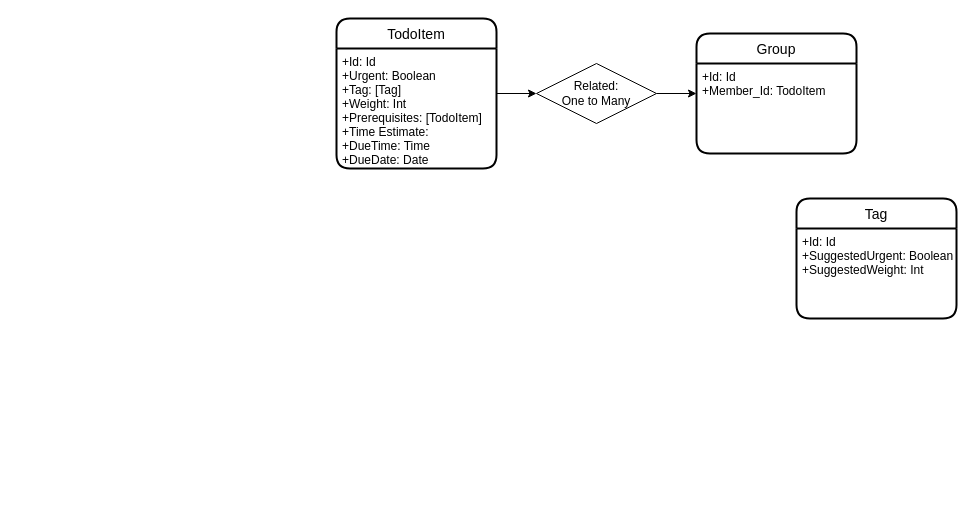
This is page "Database" (1 of 4) of database mockup.drawio from ChristopherCautivar/simple-todo-webapp, a draw.io file, before an edit. Source tidied: cells renumbered, new cells numbered last; positions are measured from the earlier drawing's top-left corner, leaving out a move shared by most shapes. Both pictures are drawn from the tidied source at 100%, with x=0, y=0 at pixel (336, 18).
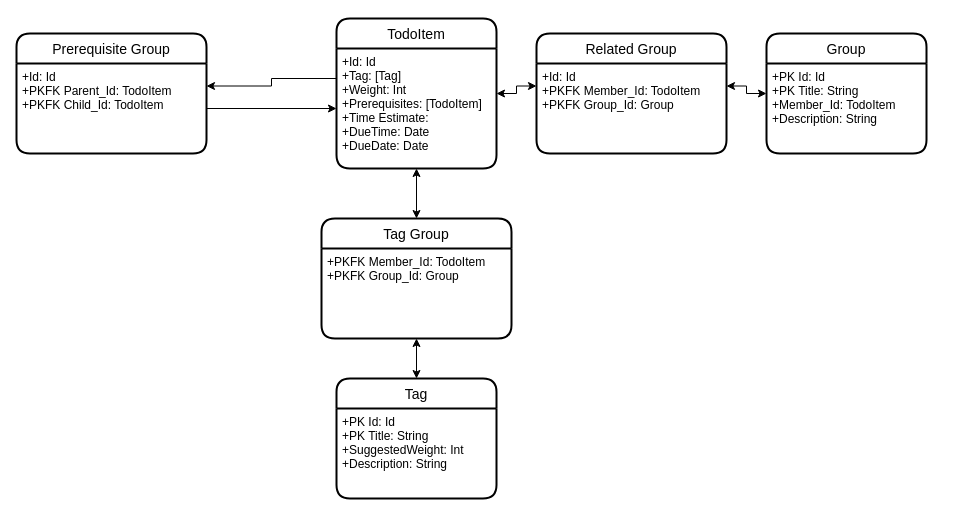
Above is the later version.

The edit, as a diff of the source:
```diff
@@
 <mxGraphModel>
   <root>
     <mxCell id="0" />
     <mxCell id="1" parent="0" />
-    <mxCell id="2" style="edgeStyle=orthogonalEdgeStyle;rounded=0;jettySize=auto;html=1;entryX=0;entryY=0.5;entryDx=0;entryDy=0;" parent="1" edge="1" source="3" target="8">
+    <mxCell id="2" style="edgeStyle=orthogonalEdgeStyle;rounded=0;jettySize=auto;html=1;entryX=0;entryY=0.25;entryDx=0;entryDy=0;startArrow=classic;startFill=1;" parent="1" edge="1" source="3" target="12">
       <mxGeometry relative="1" as="geometry" />
     </mxCell>
     <mxCell id="3" value="TodoItem" style="swimlane;horizontal=1;startSize=30;rounded=1;fontSize=14;fontStyle=0;strokeWidth=2;shadow=0;dashed=0;align=center;" parent="1" vertex="1">
       <mxGeometry width="160" height="150" as="geometry" />
     </mxCell>
-    <mxCell id="4" value="+Id: Id&#10;+Urgent: Boolean&#10;+Tag: [Tag]&#10;+Weight: Int&#10;+Prerequisites: [TodoItem]&#10;+Time Estimate:&#10;+DueTime: Time&#10;+DueDate: Date" style="align=left;strokeColor=none;fillColor=none;spacingLeft=4;fontSize=12;verticalAlign=top;" parent="3" vertex="1">
+    <mxCell id="4" value="+Id: Id&#10;+Tag: [Tag]&#10;+Weight: Int&#10;+Prerequisites: [TodoItem]&#10;+Time Estimate:&#10;+DueTime: Date&#10;+DueDate: Date" style="align=left;strokeColor=none;fillColor=none;spacingLeft=4;fontSize=12;verticalAlign=top;" parent="3" vertex="1">
       <mxGeometry y="30" width="160" height="120" as="geometry" />
     </mxCell>
     <mxCell id="5" value="Tag" style="swimlane;horizontal=1;startSize=30;rounded=1;fontSize=14;fontStyle=0;strokeWidth=2;shadow=0;dashed=0;align=center;" parent="1" vertex="1">
-      <mxGeometry x="460" y="180" width="160" height="120" as="geometry" />
+      <mxGeometry y="360" width="160" height="120" as="geometry" />
     </mxCell>
-    <mxCell id="6" value="+Id: Id&#10;+SuggestedUrgent: Boolean&#10;+SuggestedWeight: Int" style="align=left;strokeColor=none;fillColor=none;spacingLeft=4;fontSize=12;verticalAlign=top;" parent="5" vertex="1">
+    <mxCell id="6" value="+PK Id: Id&#10;+PK Title: String&#10;+SuggestedWeight: Int&#10;+Description: String" style="align=left;strokeColor=none;fillColor=none;spacingLeft=4;fontSize=12;verticalAlign=top;" parent="5" vertex="1">
       <mxGeometry y="30" width="160" height="90" as="geometry" />
     </mxCell>
-    <mxCell id="7" style="edgeStyle=orthogonalEdgeStyle;rounded=0;jettySize=auto;html=1;exitX=1;exitY=0.5;exitDx=0;exitDy=0;" parent="1" edge="1" source="8" target="9">
+    <mxCell id="7" style="edgeStyle=orthogonalEdgeStyle;rounded=0;jettySize=auto;html=1;exitX=1;exitY=0.25;exitDx=0;exitDy=0;startArrow=classic;startFill=1;" parent="1" edge="1" source="12" target="9">
       <mxGeometry relative="1" as="geometry" />
     </mxCell>
-    <mxCell id="8" value="Related:&lt;br&gt;One to Many" style="shape=rhombus;perimeter=rhombusPerimeter;whiteSpace=wrap;html=1;align=center;" parent="1" vertex="1">
-      <mxGeometry x="200" y="45" width="120" height="60" as="geometry" />
-    </mxCell>
     <mxCell id="9" value="Group" style="swimlane;horizontal=1;startSize=30;rounded=1;fontSize=14;fontStyle=0;strokeWidth=2;shadow=0;dashed=0;align=center;" parent="1" vertex="1">
-      <mxGeometry x="360" y="15" width="160" height="120" as="geometry" />
+      <mxGeometry x="430" y="15" width="160" height="120" as="geometry" />
     </mxCell>
-    <mxCell id="10" value="+Id: Id&#10;+Member_Id: TodoItem" style="align=left;strokeColor=none;fillColor=none;spacingLeft=4;fontSize=12;verticalAlign=top;" parent="9" vertex="1">
+    <mxCell id="10" value="+PK Id: Id&#10;+PK Title: String&#10;+Member_Id: TodoItem&#10;+Description: String" style="align=left;strokeColor=none;fillColor=none;spacingLeft=4;fontSize=12;verticalAlign=top;" parent="9" vertex="1">
       <mxGeometry y="30" width="160" height="90" as="geometry" />
     </mxCell>
+    <mxCell id="11" value="Related Group" style="swimlane;horizontal=1;startSize=30;rounded=1;fontSize=14;fontStyle=0;strokeWidth=2;shadow=0;dashed=0;align=center;" parent="1" vertex="1">
+      <mxGeometry x="200" y="15" width="190" height="120" as="geometry" />
+    </mxCell>
+    <mxCell id="12" value="+Id: Id&#10;+PKFK Member_Id: TodoItem&#10;+PKFK Group_Id: Group" style="align=left;strokeColor=none;fillColor=none;spacingLeft=4;fontSize=12;verticalAlign=top;" parent="11" vertex="1">
+      <mxGeometry y="30" width="190" height="90" as="geometry" />
+    </mxCell>
+    <mxCell id="13" value="Tag Group" style="swimlane;horizontal=1;startSize=30;rounded=1;fontSize=14;fontStyle=0;strokeWidth=2;shadow=0;dashed=0;align=center;" parent="1" vertex="1">
+      <mxGeometry x="-15" y="200" width="190" height="120" as="geometry" />
+    </mxCell>
+    <mxCell id="14" value="+PKFK Member_Id: TodoItem&#10;+PKFK Group_Id: Group" style="align=left;strokeColor=none;fillColor=none;spacingLeft=4;fontSize=12;verticalAlign=top;" parent="13" vertex="1">
+      <mxGeometry y="30" width="190" height="90" as="geometry" />
+    </mxCell>
+    <mxCell id="15" value="Prerequisite Group" style="swimlane;horizontal=1;startSize=30;rounded=1;fontSize=14;fontStyle=0;strokeWidth=2;shadow=0;dashed=0;align=center;" parent="1" vertex="1">
+      <mxGeometry x="-320" y="15" width="190" height="120" as="geometry" />
+    </mxCell>
+    <mxCell id="16" value="+Id: Id&#10;+PKFK Parent_Id: TodoItem&#10;+PKFK Child_Id: TodoItem" style="align=left;strokeColor=none;fillColor=none;spacingLeft=4;fontSize=12;verticalAlign=top;" parent="15" vertex="1">
+      <mxGeometry y="30" width="190" height="90" as="geometry" />
+    </mxCell>
+    <mxCell id="17" style="edgeStyle=orthogonalEdgeStyle;rounded=0;jettySize=auto;html=1;exitX=0;exitY=0.25;exitDx=0;exitDy=0;entryX=1;entryY=0.25;entryDx=0;entryDy=0;" parent="1" edge="1" source="4" target="16">
+      <mxGeometry relative="1" as="geometry" />
+    </mxCell>
+    <mxCell id="18" style="edgeStyle=orthogonalEdgeStyle;rounded=0;jettySize=auto;html=1;exitX=1;exitY=0.5;exitDx=0;exitDy=0;entryX=0;entryY=0.5;entryDx=0;entryDy=0;" parent="1" edge="1" source="16" target="4">
+      <mxGeometry relative="1" as="geometry" />
+    </mxCell>
+    <mxCell id="19" style="edgeStyle=orthogonalEdgeStyle;rounded=0;jettySize=auto;html=1;exitX=0.5;exitY=1;exitDx=0;exitDy=0;entryX=0.5;entryY=0;entryDx=0;entryDy=0;startArrow=classic;startFill=1;" parent="1" edge="1" source="4" target="13">
+      <mxGeometry relative="1" as="geometry" />
+    </mxCell>
+    <mxCell id="20" style="edgeStyle=orthogonalEdgeStyle;rounded=0;jettySize=auto;html=1;exitX=0.5;exitY=1;exitDx=0;exitDy=0;entryX=0.5;entryY=0;entryDx=0;entryDy=0;startArrow=classic;startFill=1;" parent="1" edge="1" source="14" target="5">
+      <mxGeometry relative="1" as="geometry" />
+    </mxCell>
   </root>
 </mxGraphModel>
```
